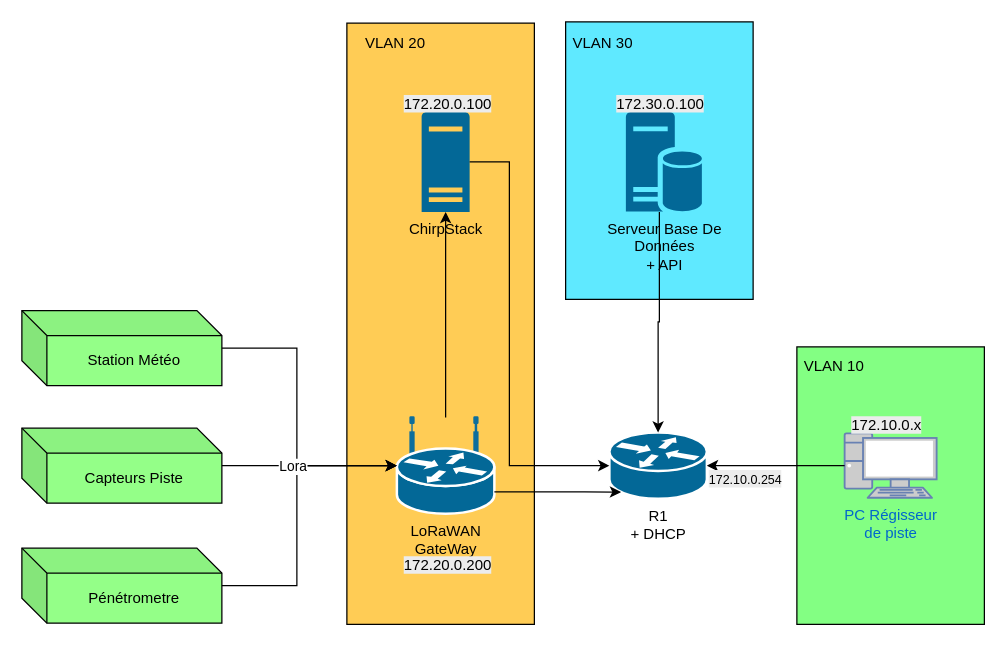
Earlier version of the draw.io diagram documentation/Schéma_Réseau/SchemaReseauSysteme.drawio (ToGen49/Hippodrome). Source tidied: cells renumbered, new cells numbered last; positions are measured from the earlier drawing's top-left corner, leaving out a move shared by most shapes. Both pictures are drawn from the tidied source at 125%, with x=0, y=0 at pixel (21, 21).
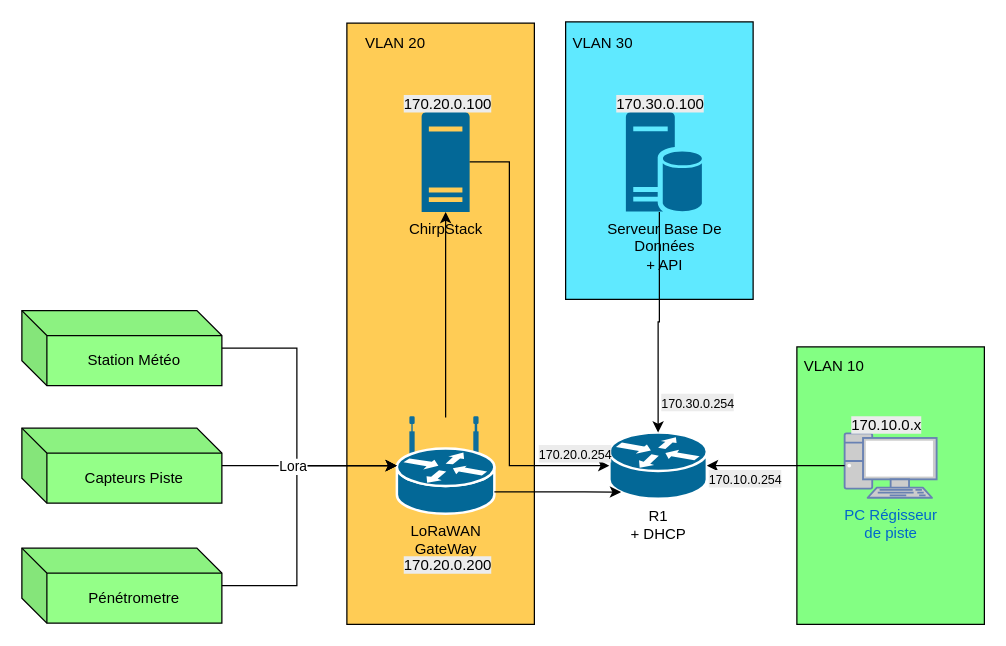
After the change.

Commit message:
Mettre à jour SchemaReseauSysteme.drawio

Change to the diagram source:
```diff
@@
-    <mxCell id="17" value="&lt;span style=&quot;color: rgb(0, 0, 0); font-family: Helvetica; font-size: 12px; font-style: normal; font-variant-ligatures: normal; font-variant-caps: normal; font-weight: 400; letter-spacing: normal; orphans: 2; text-align: center; text-indent: 0px; text-transform: none; widows: 2; word-spacing: 0px; -webkit-text-stroke-width: 0px; white-space: nowrap; background-color: rgb(236, 236, 236); text-decoration-thickness: initial; text-decoration-style: initial; text-decoration-color: initial; display: inline !important; float: none;&quot;&gt;172.20.0.100&lt;/span&gt;" style="text;whiteSpace=wrap;html=1;" parent="1" vertex="1">
+    <mxCell id="17" value="&lt;span style=&quot;color: rgb(0, 0, 0); font-family: Helvetica; font-size: 12px; font-style: normal; font-variant-ligatures: normal; font-variant-caps: normal; font-weight: 400; letter-spacing: normal; orphans: 2; text-align: center; text-indent: 0px; text-transform: none; widows: 2; word-spacing: 0px; -webkit-text-stroke-width: 0px; white-space: nowrap; background-color: rgb(236, 236, 236); text-decoration-thickness: initial; text-decoration-style: initial; text-decoration-color: initial; float: none; display: inline !important;&quot;&gt;170.20.0.100&lt;/span&gt;" style="text;whiteSpace=wrap;html=1;" parent="1" vertex="1">
       <mxGeometry x="304" y="52" width="70" height="20" as="geometry" />
     </mxCell>
-    <mxCell id="18" value="&lt;span style=&quot;color: rgb(0, 0, 0); font-family: Helvetica; font-size: 12px; font-style: normal; font-variant-ligatures: normal; font-variant-caps: normal; font-weight: 400; letter-spacing: normal; orphans: 2; text-align: center; text-indent: 0px; text-transform: none; widows: 2; word-spacing: 0px; -webkit-text-stroke-width: 0px; white-space: nowrap; background-color: rgb(236, 236, 236); text-decoration-thickness: initial; text-decoration-style: initial; text-decoration-color: initial; display: inline !important; float: none;&quot;&gt;172.20.0.200&lt;/span&gt;" style="text;whiteSpace=wrap;html=1;" parent="1" vertex="1">
+    <mxCell id="18" value="&lt;span style=&quot;color: rgb(0, 0, 0); font-family: Helvetica; font-size: 12px; font-style: normal; font-variant-ligatures: normal; font-variant-caps: normal; font-weight: 400; letter-spacing: normal; orphans: 2; text-align: center; text-indent: 0px; text-transform: none; widows: 2; word-spacing: 0px; -webkit-text-stroke-width: 0px; white-space: nowrap; background-color: rgb(236, 236, 236); text-decoration-thickness: initial; text-decoration-style: initial; text-decoration-color: initial; float: none; display: inline !important;&quot;&gt;170.20.0.200&lt;/span&gt;" style="text;whiteSpace=wrap;html=1;" parent="1" vertex="1">
       <mxGeometry x="304" y="421" width="80" height="30" as="geometry" />
     </mxCell>
@@
-    <mxCell id="22" value="&lt;span style=&quot;color: rgb(0, 0, 0); font-family: Helvetica; font-size: 12px; font-style: normal; font-variant-ligatures: normal; font-variant-caps: normal; font-weight: 400; letter-spacing: normal; orphans: 2; text-align: center; text-indent: 0px; text-transform: none; widows: 2; word-spacing: 0px; -webkit-text-stroke-width: 0px; white-space: nowrap; background-color: rgb(236, 236, 236); text-decoration-thickness: initial; text-decoration-style: initial; text-decoration-color: initial; float: none; display: inline !important;&quot;&gt;172.30.0.100&lt;/span&gt;" style="text;whiteSpace=wrap;html=1;" parent="1" vertex="1">
+    <mxCell id="22" value="&lt;span style=&quot;color: rgb(0, 0, 0); font-family: Helvetica; font-size: 12px; font-style: normal; font-variant-ligatures: normal; font-variant-caps: normal; font-weight: 400; letter-spacing: normal; orphans: 2; text-align: center; text-indent: 0px; text-transform: none; widows: 2; word-spacing: 0px; -webkit-text-stroke-width: 0px; white-space: nowrap; background-color: rgb(236, 236, 236); text-decoration-thickness: initial; text-decoration-style: initial; text-decoration-color: initial; float: none; display: inline !important;&quot;&gt;170.30.0.100&lt;/span&gt;" style="text;whiteSpace=wrap;html=1;" parent="1" vertex="1">
       <mxGeometry x="474" y="52" width="70" height="20" as="geometry" />
     </mxCell>
@@
-    <mxCell id="27" value="&lt;span style=&quot;color: rgb(0, 0, 0); font-family: Helvetica; font-size: 12px; font-style: normal; font-variant-ligatures: normal; font-variant-caps: normal; font-weight: 400; letter-spacing: normal; orphans: 2; text-align: center; text-indent: 0px; text-transform: none; widows: 2; word-spacing: 0px; -webkit-text-stroke-width: 0px; white-space: nowrap; background-color: rgb(236, 236, 236); text-decoration-thickness: initial; text-decoration-style: initial; text-decoration-color: initial; float: none; display: inline !important;&quot;&gt;172.10.0.x&lt;/span&gt;" style="text;whiteSpace=wrap;html=1;" parent="1" vertex="1">
+    <mxCell id="27" value="&lt;span style=&quot;color: rgb(0, 0, 0); font-family: Helvetica; font-size: 12px; font-style: normal; font-variant-ligatures: normal; font-variant-caps: normal; font-weight: 400; letter-spacing: normal; orphans: 2; text-align: center; text-indent: 0px; text-transform: none; widows: 2; word-spacing: 0px; -webkit-text-stroke-width: 0px; white-space: nowrap; background-color: rgb(236, 236, 236); text-decoration-thickness: initial; text-decoration-style: initial; text-decoration-color: initial; float: none; display: inline !important;&quot;&gt;170.10.0.x&lt;/span&gt;" style="text;whiteSpace=wrap;html=1;" parent="1" vertex="1">
       <mxGeometry x="661.8" y="308.5" width="70" height="20" as="geometry" />
     </mxCell>
@@
-    <mxCell id="29" value="&lt;span style=&quot;color: rgb(0, 0, 0); font-family: Helvetica; font-style: normal; font-variant-ligatures: normal; font-variant-caps: normal; font-weight: 400; letter-spacing: normal; orphans: 2; text-align: center; text-indent: 0px; text-transform: none; widows: 2; word-spacing: 0px; -webkit-text-stroke-width: 0px; white-space: nowrap; background-color: rgb(236, 236, 236); text-decoration-thickness: initial; text-decoration-style: initial; text-decoration-color: initial; float: none; display: inline !important;&quot;&gt;&lt;font style=&quot;font-size: 10px;&quot;&gt;172.10.0.254&lt;/font&gt;&lt;/span&gt;" style="text;whiteSpace=wrap;html=1;" parent="1" vertex="1">
+    <mxCell id="29" value="&lt;span style=&quot;color: rgb(0, 0, 0); font-family: Helvetica; font-style: normal; font-variant-ligatures: normal; font-variant-caps: normal; font-weight: 400; letter-spacing: normal; orphans: 2; text-align: center; text-indent: 0px; text-transform: none; widows: 2; word-spacing: 0px; -webkit-text-stroke-width: 0px; white-space: nowrap; background-color: rgb(236, 236, 236); text-decoration-thickness: initial; text-decoration-style: initial; text-decoration-color: initial; float: none; display: inline !important;&quot;&gt;&lt;font style=&quot;font-size: 10px;&quot;&gt;170.10.0.254&lt;/font&gt;&lt;/span&gt;" style="text;whiteSpace=wrap;html=1;" parent="1" vertex="1">
       <mxGeometry x="548" y="352" width="62" height="20" as="geometry" />
     </mxCell>
+    <mxCell id="30" value="&lt;span style=&quot;color: rgb(0, 0, 0); font-family: Helvetica; font-style: normal; font-variant-ligatures: normal; font-variant-caps: normal; font-weight: 400; letter-spacing: normal; orphans: 2; text-align: center; text-indent: 0px; text-transform: none; widows: 2; word-spacing: 0px; -webkit-text-stroke-width: 0px; white-space: nowrap; background-color: rgb(236, 236, 236); text-decoration-thickness: initial; text-decoration-style: initial; text-decoration-color: initial; float: none; display: inline !important;&quot;&gt;&lt;font style=&quot;font-size: 10px;&quot;&gt;170.30.0.254&lt;/font&gt;&lt;/span&gt;" style="text;whiteSpace=wrap;html=1;" parent="1" vertex="1">
+      <mxGeometry x="510" y="291" width="62" height="20" as="geometry" />
+    </mxCell>
+    <mxCell id="31" value="&lt;span style=&quot;color: rgb(0, 0, 0); font-family: Helvetica; font-style: normal; font-variant-ligatures: normal; font-variant-caps: normal; font-weight: 400; letter-spacing: normal; orphans: 2; text-align: center; text-indent: 0px; text-transform: none; widows: 2; word-spacing: 0px; -webkit-text-stroke-width: 0px; white-space: nowrap; background-color: rgb(236, 236, 236); text-decoration-thickness: initial; text-decoration-style: initial; text-decoration-color: initial; float: none; display: inline !important;&quot;&gt;&lt;font style=&quot;font-size: 10px;&quot;&gt;170.20.0.254&lt;/font&gt;&lt;/span&gt;" style="text;whiteSpace=wrap;html=1;" parent="1" vertex="1">
+      <mxGeometry x="412" y="332" width="62" height="20" as="geometry" />
+    </mxCell>
```
